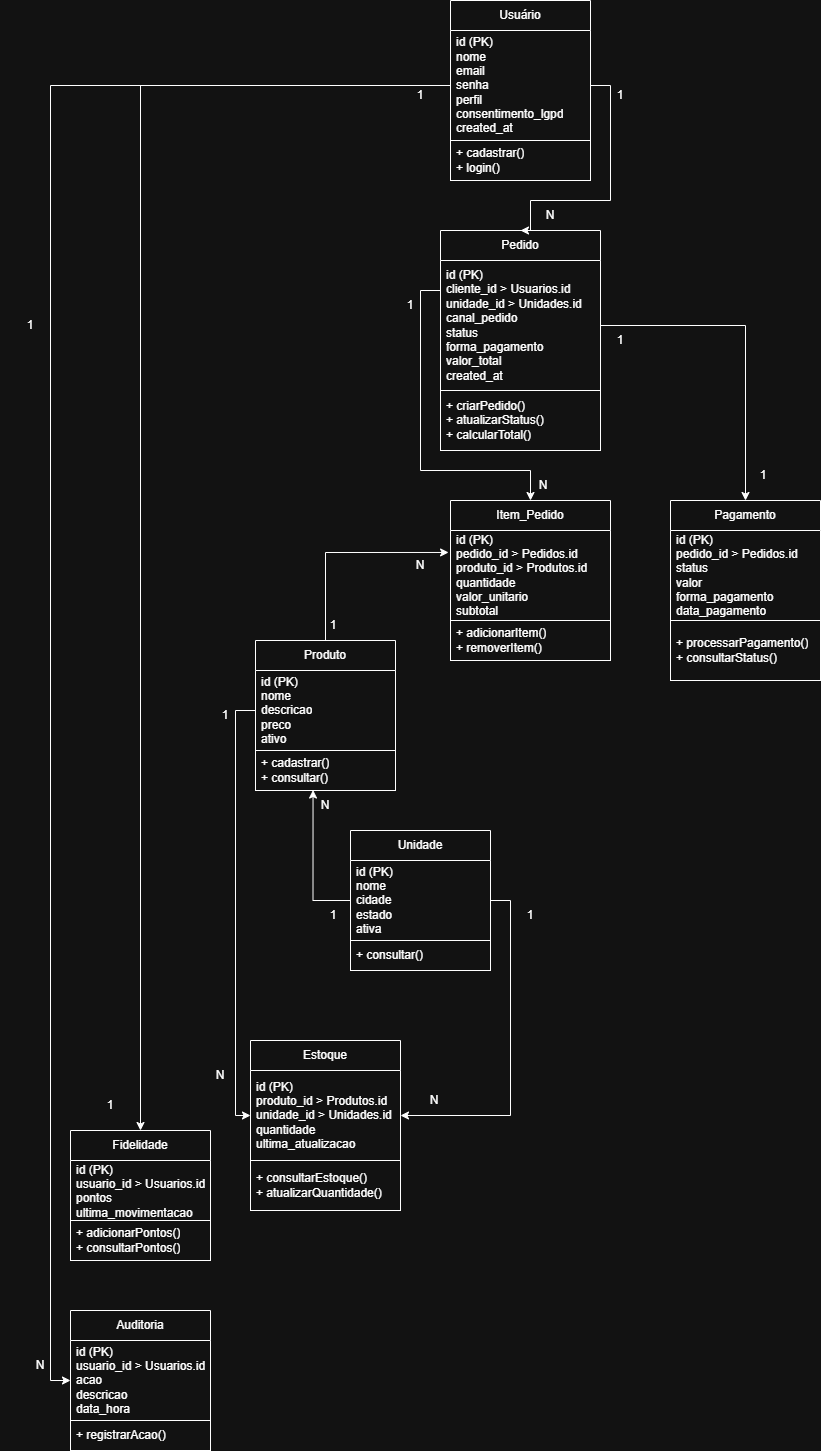
Before: docs/Diagrama de Classes.drawio.png, a diagram exported from draw.io (Weiber210/Raizes-do-Norte). Source tidied: cells renumbered, new cells last; positions are measured from the earlier drawing's top-left corner, leaving out a move shared by most shapes.
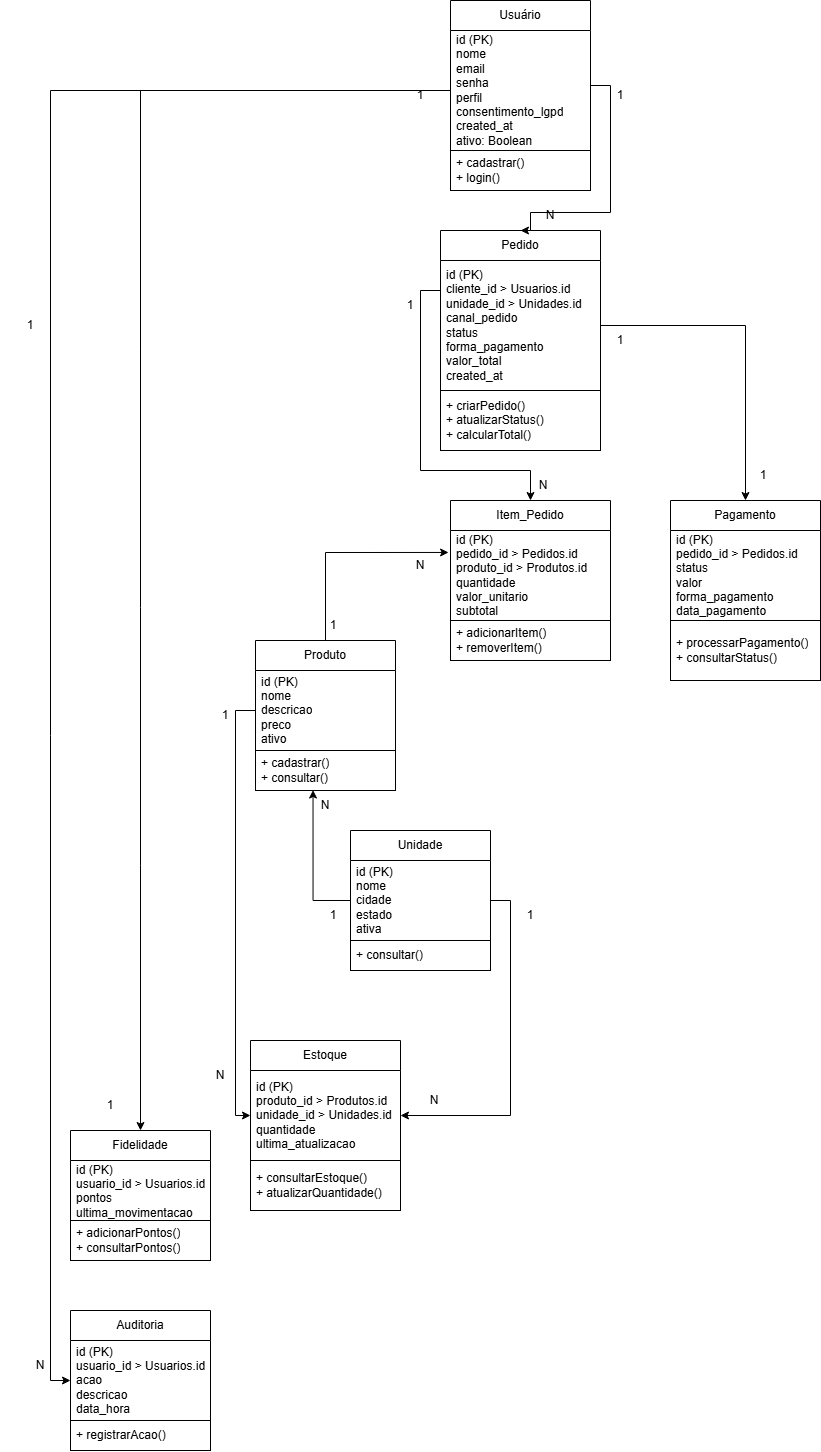
The same diagram one commit later.

Change to the diagram source:
```diff
@@ -3,13 +3,13 @@
     <mxCell id="0" />
     <mxCell id="1" parent="0" />
     <mxCell id="2" value="Usuário" style="swimlane;fontStyle=0;horizontal=1;startSize=30;whiteSpace=wrap;html=1;" parent="1" vertex="1">
-      <mxGeometry x="450" width="140" height="180" as="geometry" />
+      <mxGeometry x="450" width="140" height="190" as="geometry" />
     </mxCell>
-    <mxCell id="3" value="&lt;div&gt;id (PK)&lt;/div&gt;&lt;div&gt;nome&lt;/div&gt;&lt;div&gt;email&lt;/div&gt;&lt;div&gt;senha&lt;/div&gt;&lt;div&gt;perfil&lt;/div&gt;&lt;div&gt;consentimento_lgpd&lt;/div&gt;&lt;div&gt;created_at&lt;/div&gt;" style="text;strokeColor=none;fillColor=none;align=left;verticalAlign=middle;spacingLeft=4;spacingRight=4;overflow=hidden;points=[[0,0.5],[1,0.5]];portConstraint=eastwest;whiteSpace=wrap;html=1;" parent="2" vertex="1">
-      <mxGeometry y="30" width="140" height="110" as="geometry" />
-    </mxCell>
+    <mxCell id="56" value="&lt;div&gt;id (PK)&lt;/div&gt;&lt;div&gt;nome&lt;/div&gt;&lt;div&gt;email&lt;/div&gt;&lt;div&gt;senha&lt;/div&gt;&lt;div&gt;perfil&lt;/div&gt;&lt;div&gt;consentimento_lgpd&lt;/div&gt;&lt;div&gt;created_at&lt;/div&gt;&lt;div&gt;ativo: Boolean&lt;/div&gt;" style="text;strokeColor=none;fillColor=none;align=left;verticalAlign=middle;spacingLeft=4;spacingRight=4;overflow=hidden;points=[[0,0.5],[1,0.5]];portConstraint=eastwest;whiteSpace=wrap;html=1;" parent="2" vertex="1">
+      <mxGeometry y="30" width="140" height="120" as="geometry" />
+    </mxCell>
     <mxCell id="4" value="&lt;div&gt;+ cadastrar()&lt;/div&gt;&lt;div&gt;+ login()&lt;/div&gt;" style="text;strokeColor=default;fillColor=none;align=left;verticalAlign=middle;spacingLeft=4;spacingRight=4;overflow=hidden;whiteSpace=wrap;html=1;" parent="2" vertex="1">
-      <mxGeometry y="140" width="140" height="40" as="geometry" />
+      <mxGeometry y="150" width="140" height="40" as="geometry" />
     </mxCell>
     <mxCell id="5" value="Pedido" style="swimlane;fontStyle=0;horizontal=1;startSize=30;whiteSpace=wrap;html=1;" parent="1" vertex="1">
       <mxGeometry x="440" y="230" width="160" height="220" as="geometry" />
@@ -83,99 +83,101 @@
     <mxCell id="28" value="+ registrarAcao()" style="text;strokeColor=default;fillColor=none;align=left;verticalAlign=middle;spacingLeft=4;spacingRight=4;overflow=hidden;whiteSpace=wrap;html=1;" parent="26" vertex="1">
       <mxGeometry y="110" width="140" height="30" as="geometry" />
     </mxCell>
-    <mxCell id="29" value="N" style="text;html=1;whiteSpace=wrap;strokeColor=none;fillColor=none;align=center;verticalAlign=middle;rounded=0;" parent="1" vertex="1">
-      <mxGeometry x="520" y="200" width="60" height="30" as="geometry" />
-    </mxCell>
-    <mxCell id="30" value="1" style="text;html=1;whiteSpace=wrap;strokeColor=none;fillColor=none;align=center;verticalAlign=middle;rounded=0;" parent="1" vertex="1">
-      <mxGeometry x="590" y="80" width="60" height="30" as="geometry" />
-    </mxCell>
-    <mxCell id="31" style="edgeStyle=orthogonalEdgeStyle;rounded=0;jettySize=auto;html=1;exitX=1;exitY=0.5;exitDx=0;exitDy=0;entryX=0.5;entryY=0;entryDx=0;entryDy=0;" parent="1" edge="1" source="3" target="5">
-      <mxGeometry relative="1" as="geometry">
-        <Array as="points">
-          <mxPoint x="610" y="85" />
-          <mxPoint x="610" y="200" />
-          <mxPoint x="530" y="200" />
-        </Array>
-      </mxGeometry>
-    </mxCell>
-    <mxCell id="32" style="edgeStyle=orthogonalEdgeStyle;rounded=0;jettySize=auto;html=1;exitX=0;exitY=0.5;exitDx=0;exitDy=0;entryX=0.5;entryY=0;entryDx=0;entryDy=0;" parent="1" edge="1" source="3" target="23">
-      <mxGeometry relative="1" as="geometry" />
-    </mxCell>
-    <mxCell id="33" value="1" style="text;html=1;whiteSpace=wrap;strokeColor=none;fillColor=none;align=center;verticalAlign=middle;rounded=0;" parent="1" vertex="1">
-      <mxGeometry x="390" y="80" width="60" height="30" as="geometry" />
-    </mxCell>
-    <mxCell id="34" value="1" style="text;html=1;whiteSpace=wrap;strokeColor=none;fillColor=none;align=center;verticalAlign=middle;rounded=0;" parent="1" vertex="1">
-      <mxGeometry x="80" y="1090" width="60" height="30" as="geometry" />
-    </mxCell>
-    <mxCell id="35" style="edgeStyle=orthogonalEdgeStyle;rounded=0;jettySize=auto;html=1;exitX=0;exitY=0.5;exitDx=0;exitDy=0;entryX=0;entryY=0.5;entryDx=0;entryDy=0;" parent="1" edge="1" source="3" target="27">
-      <mxGeometry relative="1" as="geometry" />
-    </mxCell>
-    <mxCell id="36" value="1" style="text;html=1;whiteSpace=wrap;strokeColor=none;fillColor=none;align=center;verticalAlign=middle;rounded=0;" parent="1" vertex="1">
-      <mxGeometry y="310" width="60" height="30" as="geometry" />
-    </mxCell>
-    <mxCell id="37" value="N" style="text;html=1;whiteSpace=wrap;strokeColor=none;fillColor=none;align=center;verticalAlign=middle;rounded=0;" parent="1" vertex="1">
-      <mxGeometry x="10" y="1350" width="60" height="30" as="geometry" />
-    </mxCell>
-    <mxCell id="38" value="1" style="text;html=1;whiteSpace=wrap;strokeColor=none;fillColor=none;align=center;verticalAlign=middle;rounded=0;" parent="1" vertex="1">
-      <mxGeometry x="380" y="290" width="60" height="30" as="geometry" />
-    </mxCell>
-    <mxCell id="39" value="N" style="text;html=1;whiteSpace=wrap;strokeColor=none;fillColor=none;align=center;verticalAlign=middle;rounded=0;" parent="1" vertex="1">
-      <mxGeometry x="513" y="470" width="60" height="30" as="geometry" />
-    </mxCell>
+    <mxCell id="57" value="N" style="text;html=1;whiteSpace=wrap;strokeColor=none;fillColor=none;align=center;verticalAlign=middle;rounded=0;" parent="1" vertex="1">
+      <mxGeometry x="520" y="200" width="60" height="30" as="geometry" />
+    </mxCell>
+    <mxCell id="58" value="1" style="text;html=1;whiteSpace=wrap;strokeColor=none;fillColor=none;align=center;verticalAlign=middle;rounded=0;" parent="1" vertex="1">
+      <mxGeometry x="590" y="80" width="60" height="30" as="geometry" />
+    </mxCell>
+    <mxCell id="59" style="edgeStyle=orthogonalEdgeStyle;rounded=0;jettySize=auto;html=1;exitX=1;exitY=0.5;exitDx=0;exitDy=0;entryX=0.5;entryY=0;entryDx=0;entryDy=0;" parent="1" edge="1" source="56" target="5">
+      <mxGeometry relative="1" as="geometry">
+        <Array as="points">
+          <mxPoint x="590" y="85" />
+          <mxPoint x="610" y="85" />
+          <mxPoint x="610" y="212" />
+          <mxPoint x="530" y="212" />
+          <mxPoint x="530" y="230" />
+        </Array>
+      </mxGeometry>
+    </mxCell>
+    <mxCell id="60" style="edgeStyle=orthogonalEdgeStyle;rounded=0;jettySize=auto;html=1;exitX=0;exitY=0.5;exitDx=0;exitDy=0;entryX=0.5;entryY=0;entryDx=0;entryDy=0;" parent="1" edge="1" source="56" target="23">
+      <mxGeometry relative="1" as="geometry" />
+    </mxCell>
+    <mxCell id="61" value="1" style="text;html=1;whiteSpace=wrap;strokeColor=none;fillColor=none;align=center;verticalAlign=middle;rounded=0;" parent="1" vertex="1">
+      <mxGeometry x="390" y="80" width="60" height="30" as="geometry" />
+    </mxCell>
+    <mxCell id="62" value="1" style="text;html=1;whiteSpace=wrap;strokeColor=none;fillColor=none;align=center;verticalAlign=middle;rounded=0;" parent="1" vertex="1">
+      <mxGeometry x="80" y="1090" width="60" height="30" as="geometry" />
+    </mxCell>
+    <mxCell id="63" style="edgeStyle=orthogonalEdgeStyle;rounded=0;jettySize=auto;html=1;exitX=0;exitY=0.5;exitDx=0;exitDy=0;entryX=0;entryY=0.5;entryDx=0;entryDy=0;" parent="1" edge="1" source="56" target="27">
+      <mxGeometry relative="1" as="geometry" />
+    </mxCell>
+    <mxCell id="64" value="1" style="text;html=1;whiteSpace=wrap;strokeColor=none;fillColor=none;align=center;verticalAlign=middle;rounded=0;" parent="1" vertex="1">
+      <mxGeometry y="310" width="60" height="30" as="geometry" />
+    </mxCell>
+    <mxCell id="65" value="N" style="text;html=1;whiteSpace=wrap;strokeColor=none;fillColor=none;align=center;verticalAlign=middle;rounded=0;" parent="1" vertex="1">
+      <mxGeometry x="10" y="1350" width="60" height="30" as="geometry" />
+    </mxCell>
+    <mxCell id="66" value="1" style="text;html=1;whiteSpace=wrap;strokeColor=none;fillColor=none;align=center;verticalAlign=middle;rounded=0;" parent="1" vertex="1">
+      <mxGeometry x="380" y="290" width="60" height="30" as="geometry" />
+    </mxCell>
+    <mxCell id="67" value="N" style="text;html=1;whiteSpace=wrap;strokeColor=none;fillColor=none;align=center;verticalAlign=middle;rounded=0;" parent="1" vertex="1">
+      <mxGeometry x="513" y="470" width="60" height="30" as="geometry" />
+    </mxCell>
     <mxCell id="40" style="edgeStyle=orthogonalEdgeStyle;rounded=0;jettySize=auto;html=1;exitX=0.5;exitY=0;exitDx=0;exitDy=0;entryX=-0.012;entryY=0.244;entryDx=0;entryDy=0;entryPerimeter=0;" parent="1" edge="1" source="14" target="9">
       <mxGeometry relative="1" as="geometry" />
     </mxCell>
-    <mxCell id="41" value="1" style="text;html=1;whiteSpace=wrap;strokeColor=none;fillColor=none;align=center;verticalAlign=middle;rounded=0;" parent="1" vertex="1">
-      <mxGeometry x="303" y="610" width="60" height="30" as="geometry" />
-    </mxCell>
-    <mxCell id="42" value="N" style="text;html=1;whiteSpace=wrap;strokeColor=none;fillColor=none;align=center;verticalAlign=middle;rounded=0;" parent="1" vertex="1">
-      <mxGeometry x="390" y="550" width="60" height="30" as="geometry" />
-    </mxCell>
-    <mxCell id="43" style="edgeStyle=orthogonalEdgeStyle;rounded=0;jettySize=auto;html=1;exitX=0;exitY=0.5;exitDx=0;exitDy=0;entryX=0.5;entryY=0;entryDx=0;entryDy=0;" parent="1" edge="1" target="8">
-      <mxGeometry relative="1" as="geometry">
-        <mxPoint x="440" y="290" as="sourcePoint" />
-        <Array as="points">
-          <mxPoint x="420" y="290" />
-          <mxPoint x="420" y="470" />
-          <mxPoint x="530" y="470" />
-        </Array>
-      </mxGeometry>
-    </mxCell>
+    <mxCell id="68" value="1" style="text;html=1;whiteSpace=wrap;strokeColor=none;fillColor=none;align=center;verticalAlign=middle;rounded=0;" parent="1" vertex="1">
+      <mxGeometry x="303" y="610" width="60" height="30" as="geometry" />
+    </mxCell>
+    <mxCell id="69" value="N" style="text;html=1;whiteSpace=wrap;strokeColor=none;fillColor=none;align=center;verticalAlign=middle;rounded=0;" parent="1" vertex="1">
+      <mxGeometry x="390" y="550" width="60" height="30" as="geometry" />
+    </mxCell>
+    <mxCell id="70" style="edgeStyle=orthogonalEdgeStyle;rounded=0;jettySize=auto;html=1;exitX=0;exitY=0.5;exitDx=0;exitDy=0;entryX=0.5;entryY=0;entryDx=0;entryDy=0;" parent="1" edge="1" target="8">
+      <mxGeometry relative="1" as="geometry">
+        <mxPoint x="440" y="290" as="sourcePoint" />
+        <Array as="points">
+          <mxPoint x="420" y="290" />
+          <mxPoint x="420" y="470" />
+          <mxPoint x="530" y="470" />
+        </Array>
+      </mxGeometry>
+    </mxCell>
     <mxCell id="44" style="edgeStyle=orthogonalEdgeStyle;rounded=0;jettySize=auto;html=1;exitX=1;exitY=0.5;exitDx=0;exitDy=0;entryX=0.5;entryY=0;entryDx=0;entryDy=0;" parent="1" edge="1" source="6" target="11">
       <mxGeometry relative="1" as="geometry" />
     </mxCell>
-    <mxCell id="45" value="1" style="text;html=1;whiteSpace=wrap;strokeColor=none;fillColor=none;align=center;verticalAlign=middle;rounded=0;" parent="1" vertex="1">
-      <mxGeometry x="590" y="325" width="60" height="30" as="geometry" />
-    </mxCell>
-    <mxCell id="46" value="1" style="text;html=1;whiteSpace=wrap;strokeColor=none;fillColor=none;align=center;verticalAlign=middle;rounded=0;" parent="1" vertex="1">
-      <mxGeometry x="733" y="460" width="60" height="30" as="geometry" />
-    </mxCell>
+    <mxCell id="71" value="1" style="text;html=1;whiteSpace=wrap;strokeColor=none;fillColor=none;align=center;verticalAlign=middle;rounded=0;" parent="1" vertex="1">
+      <mxGeometry x="590" y="325" width="60" height="30" as="geometry" />
+    </mxCell>
+    <mxCell id="72" value="1" style="text;html=1;whiteSpace=wrap;strokeColor=none;fillColor=none;align=center;verticalAlign=middle;rounded=0;" parent="1" vertex="1">
+      <mxGeometry x="733" y="460" width="60" height="30" as="geometry" />
+    </mxCell>
     <mxCell id="47" style="edgeStyle=orthogonalEdgeStyle;rounded=0;jettySize=auto;html=1;exitX=0;exitY=0.5;exitDx=0;exitDy=0;entryX=0;entryY=0.5;entryDx=0;entryDy=0;" parent="1" edge="1" source="15" target="21">
       <mxGeometry relative="1" as="geometry" />
     </mxCell>
-    <mxCell id="48" value="1" style="text;html=1;whiteSpace=wrap;strokeColor=none;fillColor=none;align=center;verticalAlign=middle;rounded=0;" parent="1" vertex="1">
-      <mxGeometry x="195" y="700" width="60" height="30" as="geometry" />
-    </mxCell>
-    <mxCell id="49" value="N" style="text;html=1;whiteSpace=wrap;strokeColor=none;fillColor=none;align=center;verticalAlign=middle;rounded=0;" parent="1" vertex="1">
-      <mxGeometry x="190" y="1060" width="60" height="30" as="geometry" />
-    </mxCell>
+    <mxCell id="73" value="1" style="text;html=1;whiteSpace=wrap;strokeColor=none;fillColor=none;align=center;verticalAlign=middle;rounded=0;" parent="1" vertex="1">
+      <mxGeometry x="195" y="700" width="60" height="30" as="geometry" />
+    </mxCell>
+    <mxCell id="74" value="N" style="text;html=1;whiteSpace=wrap;strokeColor=none;fillColor=none;align=center;verticalAlign=middle;rounded=0;" parent="1" vertex="1">
+      <mxGeometry x="190" y="1060" width="60" height="30" as="geometry" />
+    </mxCell>
     <mxCell id="50" style="edgeStyle=orthogonalEdgeStyle;rounded=0;jettySize=auto;html=1;exitX=1;exitY=0.5;exitDx=0;exitDy=0;entryX=1;entryY=0.5;entryDx=0;entryDy=0;" parent="1" edge="1" source="18" target="21">
       <mxGeometry relative="1" as="geometry" />
     </mxCell>
-    <mxCell id="51" value="1" style="text;html=1;whiteSpace=wrap;strokeColor=none;fillColor=none;align=center;verticalAlign=middle;rounded=0;" parent="1" vertex="1">
-      <mxGeometry x="500" y="900" width="60" height="30" as="geometry" />
-    </mxCell>
-    <mxCell id="52" value="N" style="text;html=1;whiteSpace=wrap;strokeColor=none;fillColor=none;align=center;verticalAlign=middle;rounded=0;" parent="1" vertex="1">
-      <mxGeometry x="404" y="1085" width="60" height="30" as="geometry" />
-    </mxCell>
+    <mxCell id="75" value="1" style="text;html=1;whiteSpace=wrap;strokeColor=none;fillColor=none;align=center;verticalAlign=middle;rounded=0;" parent="1" vertex="1">
+      <mxGeometry x="500" y="900" width="60" height="30" as="geometry" />
+    </mxCell>
+    <mxCell id="76" value="N" style="text;html=1;whiteSpace=wrap;strokeColor=none;fillColor=none;align=center;verticalAlign=middle;rounded=0;" parent="1" vertex="1">
+      <mxGeometry x="404" y="1085" width="60" height="30" as="geometry" />
+    </mxCell>
     <mxCell id="53" style="edgeStyle=orthogonalEdgeStyle;rounded=0;jettySize=auto;html=1;exitX=0;exitY=0.5;exitDx=0;exitDy=0;entryX=0.411;entryY=0.988;entryDx=0;entryDy=0;entryPerimeter=0;" parent="1" edge="1" source="18" target="16">
       <mxGeometry relative="1" as="geometry" />
     </mxCell>
-    <mxCell id="54" value="1" style="text;html=1;whiteSpace=wrap;strokeColor=none;fillColor=none;align=center;verticalAlign=middle;rounded=0;" parent="1" vertex="1">
-      <mxGeometry x="303" y="900" width="60" height="30" as="geometry" />
-    </mxCell>
-    <mxCell id="55" value="N" style="text;html=1;whiteSpace=wrap;strokeColor=none;fillColor=none;align=center;verticalAlign=middle;rounded=0;" parent="1" vertex="1">
-      <mxGeometry x="295" y="790" width="60" height="30" as="geometry" />
-    </mxCell>
+    <mxCell id="77" value="1" style="text;html=1;whiteSpace=wrap;strokeColor=none;fillColor=none;align=center;verticalAlign=middle;rounded=0;" parent="1" vertex="1">
+      <mxGeometry x="303" y="900" width="60" height="30" as="geometry" />
+    </mxCell>
+    <mxCell id="78" value="N" style="text;html=1;whiteSpace=wrap;strokeColor=none;fillColor=none;align=center;verticalAlign=middle;rounded=0;" parent="1" vertex="1">
+      <mxGeometry x="295" y="790" width="60" height="30" as="geometry" />
+    </mxCell>
   </root>
 </mxGraphModel>
```
